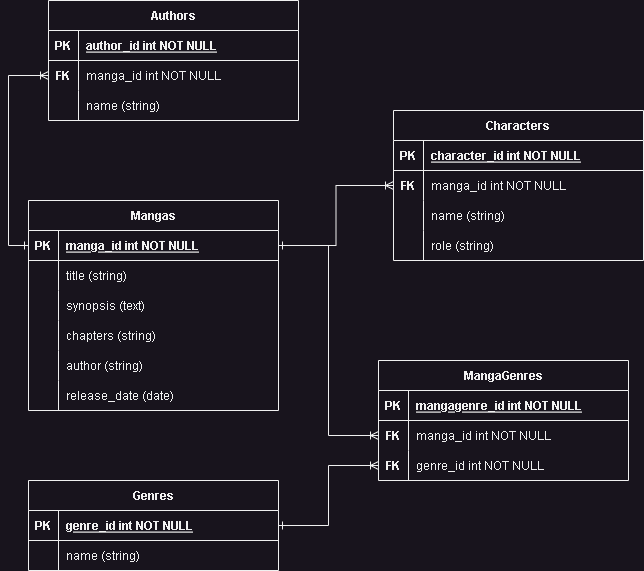
Before: app/assets/images/erd.png, a diagram exported from draw.io (Hanz-Ian/manga_on_rails). Source tidied: cells renumbered, new cells last; positions are measured from the earlier drawing's top-left corner, leaving out a move shared by most shapes.
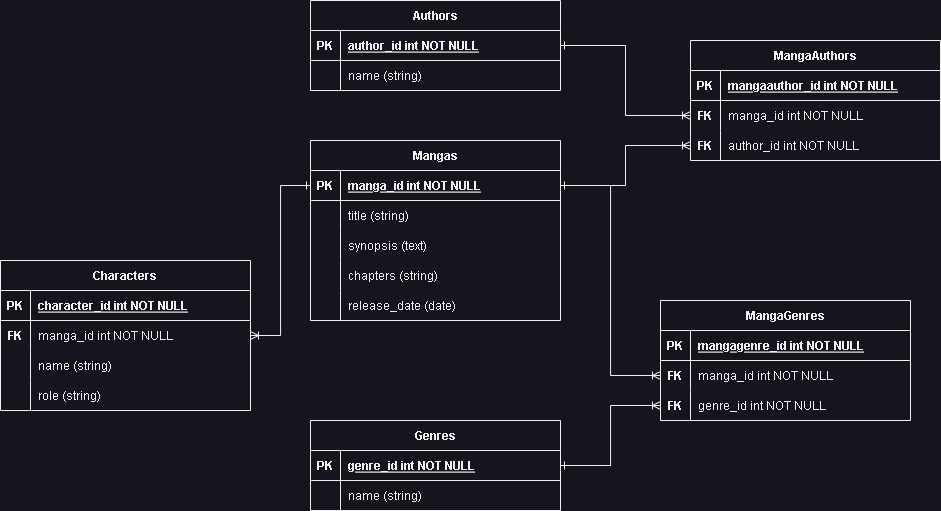
Above is the later version.

Commit message:
1.3.5 - Generated a MangaAuthor model. - A model to fix the improper logic of associations between Manga and Authors. - Updated the ERD.

Change to the diagram source:
```diff
@@ -3,7 +3,7 @@
     <mxCell id="0" />
     <mxCell id="1" parent="0" />
     <mxCell id="2" value="Characters" style="shape=table;startSize=30;rowLines=0;fontStyle=1;align=center;" parent="1" vertex="1">
-      <mxGeometry x="365" y="110" width="250" height="150" as="geometry" />
+      <mxGeometry x="-310" y="320" width="250" height="150" as="geometry" />
     </mxCell>
     <mxCell id="3" style="shape=partialRectangle;fillColor=none;top=0;left=0;right=0;bottom=1;" parent="2" vertex="1">
       <mxGeometry y="30" width="250" height="30" as="geometry" />
@@ -42,7 +42,7 @@
       <mxGeometry x="30" width="220" height="30" as="geometry" />
     </mxCell>
     <mxCell id="15" value="Mangas" style="shape=table;startSize=30;rowLines=0;fontStyle=1;align=center;" parent="1" vertex="1">
-      <mxGeometry y="200" width="250" height="210" as="geometry" />
+      <mxGeometry y="200" width="250" height="180" as="geometry" />
     </mxCell>
     <mxCell id="16" style="shape=partialRectangle;fillColor=none;points=[[0,0.5],[1,0.5]];portConstraint=eastwest;top=0;left=0;right=0;bottom=1;" parent="15" vertex="1">
       <mxGeometry y="30" width="250" height="30" as="geometry" />
@@ -80,17 +80,8 @@
     <mxCell id="27" value="chapters (string)" style="shape=partialRectangle;overflow=hidden;fillColor=none;top=0;left=0;bottom=0;right=0;align=left;spacingLeft=6;" parent="25" vertex="1">
       <mxGeometry x="30" width="220" height="30" as="geometry" />
     </mxCell>
-    <mxCell id="28" style="shape=partialRectangle;fillColor=none;top=0;left=0;right=0;bottom=0;" parent="15" vertex="1">
-      <mxGeometry y="150" width="250" height="30" as="geometry" />
-    </mxCell>
-    <mxCell id="29" style="shape=partialRectangle;overflow=hidden;fillColor=none;top=0;left=0;bottom=0;right=0;" parent="28" vertex="1">
-      <mxGeometry width="30" height="30" as="geometry" />
-    </mxCell>
-    <mxCell id="30" value="author (string)" style="shape=partialRectangle;overflow=hidden;fillColor=none;top=0;left=0;bottom=0;right=0;align=left;spacingLeft=6;" parent="28" vertex="1">
-      <mxGeometry x="30" width="220" height="30" as="geometry" />
-    </mxCell>
     <mxCell id="31" style="shape=partialRectangle;fillColor=none;top=0;left=0;right=0;bottom=0;" parent="15" vertex="1">
-      <mxGeometry y="180" width="250" height="30" as="geometry" />
+      <mxGeometry y="150" width="250" height="30" as="geometry" />
     </mxCell>
     <mxCell id="32" style="shape=partialRectangle;overflow=hidden;fillColor=none;top=0;left=0;bottom=0;right=0;" parent="31" vertex="1">
       <mxGeometry width="30" height="30" as="geometry" />
@@ -120,7 +111,7 @@
       <mxGeometry x="30" width="220" height="30" as="geometry" />
     </mxCell>
     <mxCell id="41" value="Authors" style="shape=table;startSize=30;rowLines=0;fontStyle=1;align=center;" parent="1" vertex="1">
-      <mxGeometry x="20" width="250" height="120" as="geometry" />
+      <mxGeometry y="60" width="250" height="90" as="geometry" />
     </mxCell>
     <mxCell id="42" style="shape=partialRectangle;fillColor=none;points=[[0,0.5],[1,0.5]];portConstraint=eastwest;top=0;left=0;right=0;bottom=1;" parent="41" vertex="1">
       <mxGeometry y="30" width="250" height="30" as="geometry" />
@@ -131,17 +122,8 @@
     <mxCell id="44" value="author_id int NOT NULL " style="shape=partialRectangle;overflow=hidden;fillColor=none;top=0;left=0;bottom=0;right=0;align=left;spacingLeft=6;fontStyle=5;" parent="42" vertex="1">
       <mxGeometry x="30" width="220" height="30" as="geometry" />
     </mxCell>
-    <mxCell id="45" style="shape=partialRectangle;fillColor=none;points=[[0,0.5],[1,0.5]];portConstraint=eastwest;top=0;left=0;right=0;bottom=0;" parent="41" vertex="1">
-      <mxGeometry y="60" width="250" height="30" as="geometry" />
-    </mxCell>
-    <mxCell id="46" value="FK" style="shape=partialRectangle;overflow=hidden;fillColor=none;top=0;left=0;bottom=0;right=0;fontStyle=1;" parent="45" vertex="1">
-      <mxGeometry width="30" height="30" as="geometry" />
-    </mxCell>
-    <mxCell id="47" value="manga_id int NOT NULL" style="shape=partialRectangle;overflow=hidden;fillColor=none;top=0;left=0;bottom=0;right=0;align=left;spacingLeft=6;" parent="45" vertex="1">
-      <mxGeometry x="30" width="220" height="30" as="geometry" />
-    </mxCell>
     <mxCell id="48" style="shape=partialRectangle;fillColor=none;top=0;left=0;right=0;bottom=0;" parent="41" vertex="1">
-      <mxGeometry y="90" width="250" height="30" as="geometry" />
+      <mxGeometry y="60" width="250" height="30" as="geometry" />
     </mxCell>
     <mxCell id="49" style="shape=partialRectangle;overflow=hidden;fillColor=none;top=0;left=0;bottom=0;right=0;fontStyle=1;" parent="48" vertex="1">
       <mxGeometry width="30" height="30" as="geometry" />
@@ -179,17 +161,50 @@
     <mxCell id="60" value="genre_id int NOT NULL" style="shape=partialRectangle;overflow=hidden;fillColor=none;top=0;left=0;bottom=0;right=0;align=left;spacingLeft=6;" parent="58" vertex="1">
       <mxGeometry x="30" width="220" height="30" as="geometry" />
     </mxCell>
-    <mxCell id="61" style="edgeStyle=orthogonalEdgeStyle;rounded=0;jettySize=auto;html=1;exitX=1;exitY=0.5;exitDx=0;exitDy=0;entryX=0;entryY=0.5;entryDx=0;entryDy=0;endArrow=ERoneToMany;endFill=0;startArrow=ERone;startFill=0;" parent="1" edge="1" source="16" target="6">
-      <mxGeometry relative="1" as="geometry" />
-    </mxCell>
-    <mxCell id="62" style="edgeStyle=orthogonalEdgeStyle;rounded=0;jettySize=auto;html=1;exitX=0;exitY=0.5;exitDx=0;exitDy=0;entryX=0;entryY=0.5;entryDx=0;entryDy=0;endArrow=ERoneToMany;endFill=0;startArrow=ERone;startFill=0;" parent="1" edge="1" source="16" target="45">
-      <mxGeometry relative="1" as="geometry" />
-    </mxCell>
-    <mxCell id="63" style="edgeStyle=orthogonalEdgeStyle;rounded=0;jettySize=auto;html=1;exitX=1;exitY=0.5;exitDx=0;exitDy=0;entryX=0;entryY=0.5;entryDx=0;entryDy=0;endArrow=ERoneToMany;endFill=0;" parent="1" edge="1" source="16" target="55">
+    <mxCell id="63" style="edgeStyle=orthogonalEdgeStyle;rounded=0;jettySize=auto;html=1;exitX=1;exitY=0.5;exitDx=0;exitDy=0;entryX=0;entryY=0.5;entryDx=0;entryDy=0;endArrow=ERoneToMany;endFill=0;startArrow=ERone;startFill=0;" parent="1" edge="1" source="16" target="55">
       <mxGeometry relative="1" as="geometry" />
     </mxCell>
     <mxCell id="64" style="edgeStyle=orthogonalEdgeStyle;rounded=0;jettySize=auto;html=1;exitX=1;exitY=0.5;exitDx=0;exitDy=0;entryX=0;entryY=0.5;entryDx=0;entryDy=0;endArrow=ERoneToMany;endFill=0;startArrow=ERone;startFill=0;" parent="1" edge="1" source="35" target="58">
       <mxGeometry relative="1" as="geometry" />
     </mxCell>
+    <mxCell id="61" style="edgeStyle=orthogonalEdgeStyle;rounded=0;jettySize=auto;html=1;exitX=0;exitY=0.5;exitDx=0;exitDy=0;entryX=1;entryY=0.5;entryDx=0;entryDy=0;startArrow=ERone;startFill=0;endArrow=ERoneToMany;endFill=0;" parent="1" edge="1" source="16" target="6">
+      <mxGeometry relative="1" as="geometry" />
+    </mxCell>
+    <mxCell id="65" value="MangaAuthors" style="shape=table;startSize=30;rowLines=0;fontStyle=1;align=center;" parent="1" vertex="1">
+      <mxGeometry x="380" y="100" width="250" height="120" as="geometry" />
+    </mxCell>
+    <mxCell id="66" style="shape=partialRectangle;fillColor=none;top=0;left=0;right=0;bottom=1;" parent="65" vertex="1">
+      <mxGeometry y="30" width="250" height="30" as="geometry" />
+    </mxCell>
+    <mxCell id="67" value="PK" style="shape=partialRectangle;overflow=hidden;fillColor=none;top=0;left=0;bottom=0;right=0;fontStyle=1;" parent="66" vertex="1">
+      <mxGeometry width="30" height="30" as="geometry" />
+    </mxCell>
+    <mxCell id="68" value="mangaauthor_id int NOT NULL " style="shape=partialRectangle;overflow=hidden;fillColor=none;top=0;left=0;bottom=0;right=0;align=left;spacingLeft=6;fontStyle=5;" parent="66" vertex="1">
+      <mxGeometry x="30" width="220" height="30" as="geometry" />
+    </mxCell>
+    <mxCell id="45" style="shape=partialRectangle;fillColor=none;points=[[0,0.5],[1,0.5]];portConstraint=eastwest;top=0;left=0;right=0;bottom=0;" parent="65" vertex="1">
+      <mxGeometry y="60" width="250" height="30" as="geometry" />
+    </mxCell>
+    <mxCell id="69" value="FK" style="shape=partialRectangle;overflow=hidden;fillColor=none;top=0;left=0;bottom=0;right=0;fontStyle=1;" parent="45" vertex="1">
+      <mxGeometry width="30" height="30" as="geometry" />
+    </mxCell>
+    <mxCell id="47" value="manga_id int NOT NULL" style="shape=partialRectangle;overflow=hidden;fillColor=none;top=0;left=0;bottom=0;right=0;align=left;spacingLeft=6;" parent="45" vertex="1">
+      <mxGeometry x="30" width="220" height="30" as="geometry" />
+    </mxCell>
+    <mxCell id="70" style="shape=partialRectangle;fillColor=none;points=[[0,0.5],[1,0.5]];portConstraint=eastwest;top=0;left=0;right=0;bottom=0;" parent="65" vertex="1">
+      <mxGeometry y="90" width="250" height="30" as="geometry" />
+    </mxCell>
+    <mxCell id="71" value="FK" style="shape=partialRectangle;overflow=hidden;fillColor=none;top=0;left=0;bottom=0;right=0;fontStyle=1;" parent="70" vertex="1">
+      <mxGeometry width="30" height="30" as="geometry" />
+    </mxCell>
+    <mxCell id="72" value="author_id int NOT NULL" style="shape=partialRectangle;overflow=hidden;fillColor=none;top=0;left=0;bottom=0;right=0;align=left;spacingLeft=6;" parent="70" vertex="1">
+      <mxGeometry x="30" width="220" height="30" as="geometry" />
+    </mxCell>
+    <mxCell id="73" style="edgeStyle=orthogonalEdgeStyle;rounded=0;jettySize=auto;html=1;exitX=1;exitY=0.5;exitDx=0;exitDy=0;entryX=0;entryY=0.5;entryDx=0;entryDy=0;startArrow=ERone;startFill=0;endArrow=ERoneToMany;endFill=0;" parent="1" edge="1" source="42" target="45">
+      <mxGeometry relative="1" as="geometry" />
+    </mxCell>
+    <mxCell id="74" style="edgeStyle=orthogonalEdgeStyle;rounded=0;jettySize=auto;html=1;exitX=1;exitY=0.5;exitDx=0;exitDy=0;entryX=0;entryY=0.5;entryDx=0;entryDy=0;endArrow=ERoneToMany;endFill=0;" parent="1" edge="1" source="16" target="70">
+      <mxGeometry relative="1" as="geometry" />
+    </mxCell>
   </root>
 </mxGraphModel>
```
